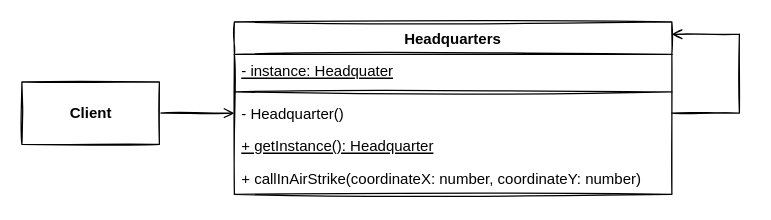
Before: page "Practice" (2 of 2) of src/05-Singleton/UML.drawio in MangoPomelo/DesignPatternPractice, a draw.io diagram. Source tidied: cells renumbered, new cells numbered last; positions are measured from the earlier drawing's top-left corner, leaving out a move shared by most shapes. Both pictures are drawn from the tidied source at 125%, with x=0, y=0 at pixel (21, 21).
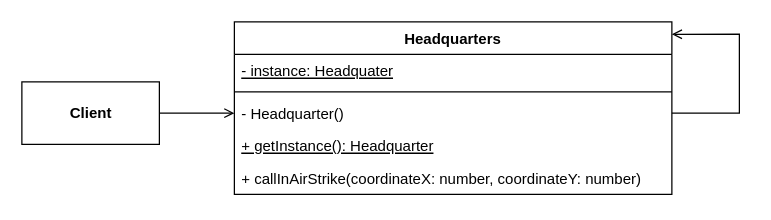
Above is the later version.

What changed in the source:
```diff
@@
 <mxGraphModel>
   <root>
     <mxCell id="0" />
     <mxCell id="1" parent="0" />
-    <mxCell id="2" value="Headquarters" style="swimlane;fontStyle=1;align=center;verticalAlign=top;horizontal=1;startSize=26;sketch=1;" parent="1" vertex="1">
+    <mxCell id="2" value="Headquarters" style="swimlane;fontStyle=1;align=center;verticalAlign=top;horizontal=1;startSize=26;" parent="1" vertex="1">
       <mxGeometry x="170" width="350" height="138" as="geometry" />
     </mxCell>
-    <mxCell id="3" value="- instance: Headquater" style="text;strokeColor=none;fillColor=none;align=left;verticalAlign=top;spacingLeft=4;spacingRight=4;overflow=hidden;sketch=1;fontStyle=4;" parent="2" vertex="1">
+    <mxCell id="3" value="- instance: Headquater" style="text;strokeColor=none;fillColor=none;align=left;verticalAlign=top;spacingLeft=4;spacingRight=4;overflow=hidden;fontStyle=4;" parent="2" vertex="1">
       <mxGeometry y="26" width="350" height="26" as="geometry" />
     </mxCell>
-    <mxCell id="4" style="line;strokeWidth=1;fillColor=none;align=left;verticalAlign=middle;spacingTop=-1;spacingLeft=3;spacingRight=3;labelPosition=right;sketch=1;" parent="2" vertex="1">
+    <mxCell id="4" style="line;strokeWidth=1;fillColor=none;align=left;verticalAlign=middle;spacingTop=-1;spacingLeft=3;spacingRight=3;labelPosition=right;" parent="2" vertex="1">
       <mxGeometry y="52" width="350" height="8" as="geometry" />
     </mxCell>
-    <mxCell id="5" style="edgeStyle=orthogonalEdgeStyle;rounded=0;sketch=1;html=1;exitX=1;exitY=0.5;exitDx=0;exitDy=0;entryX=1;entryY=0.072;entryDx=0;entryDy=0;entryPerimeter=0;endArrow=open;endFill=0;" parent="2" edge="1" source="6" target="2">
+    <mxCell id="5" style="edgeStyle=orthogonalEdgeStyle;rounded=0;html=1;exitX=1;exitY=0.5;exitDx=0;exitDy=0;entryX=1;entryY=0.072;entryDx=0;entryDy=0;entryPerimeter=0;endArrow=open;endFill=0;" parent="2" edge="1" source="6" target="2">
       <mxGeometry relative="1" as="geometry">
         <Array as="points">
           <mxPoint x="404" y="73" />
           <mxPoint x="404" y="10" />
         </Array>
       </mxGeometry>
     </mxCell>
-    <mxCell id="6" value="- Headquarter()" style="text;strokeColor=none;fillColor=none;align=left;verticalAlign=top;spacingLeft=4;spacingRight=4;overflow=hidden;points=[[0,0.5],[1,0.5]];portConstraint=eastwest;sketch=1;" parent="2" vertex="1">
+    <mxCell id="6" value="- Headquarter()" style="text;strokeColor=none;fillColor=none;align=left;verticalAlign=top;spacingLeft=4;spacingRight=4;overflow=hidden;points=[[0,0.5],[1,0.5]];portConstraint=eastwest;" parent="2" vertex="1">
       <mxGeometry y="60" width="350" height="26" as="geometry" />
     </mxCell>
-    <mxCell id="7" value="+ getInstance(): Headquarter" style="text;strokeColor=none;fillColor=none;align=left;verticalAlign=top;spacingLeft=4;spacingRight=4;overflow=hidden;sketch=1;fontStyle=4;" parent="2" vertex="1">
+    <mxCell id="7" value="+ getInstance(): Headquarter" style="text;strokeColor=none;fillColor=none;align=left;verticalAlign=top;spacingLeft=4;spacingRight=4;overflow=hidden;fontStyle=4;" parent="2" vertex="1">
       <mxGeometry y="86" width="350" height="26" as="geometry" />
     </mxCell>
-    <mxCell id="8" value="+ callInAirStrike(coordinateX: number, coordinateY: number)" style="text;strokeColor=none;fillColor=none;align=left;verticalAlign=top;spacingLeft=4;spacingRight=4;overflow=hidden;sketch=1;" parent="2" vertex="1">
+    <mxCell id="8" value="+ callInAirStrike(coordinateX: number, coordinateY: number)" style="text;strokeColor=none;fillColor=none;align=left;verticalAlign=top;spacingLeft=4;spacingRight=4;overflow=hidden;" parent="2" vertex="1">
       <mxGeometry y="112" width="350" height="26" as="geometry" />
     </mxCell>
-    <mxCell id="9" style="edgeStyle=orthogonalEdgeStyle;rounded=0;sketch=1;html=1;exitX=1;exitY=0.5;exitDx=0;exitDy=0;entryX=0;entryY=0.5;entryDx=0;entryDy=0;endArrow=open;endFill=0;" parent="1" edge="1" source="10" target="6">
+    <mxCell id="9" style="edgeStyle=orthogonalEdgeStyle;rounded=0;html=1;exitX=1;exitY=0.5;exitDx=0;exitDy=0;entryX=0;entryY=0.5;entryDx=0;entryDy=0;endArrow=open;endFill=0;" parent="1" edge="1" source="10" target="6">
       <mxGeometry relative="1" as="geometry" />
     </mxCell>
-    <mxCell id="10" value="Client" style="html=1;sketch=1;fontStyle=1;" parent="1" vertex="1">
+    <mxCell id="10" value="Client" style="html=1;fontStyle=1;" parent="1" vertex="1">
       <mxGeometry y="48" width="110" height="50" as="geometry" />
     </mxCell>
   </root>
 </mxGraphModel>
```
